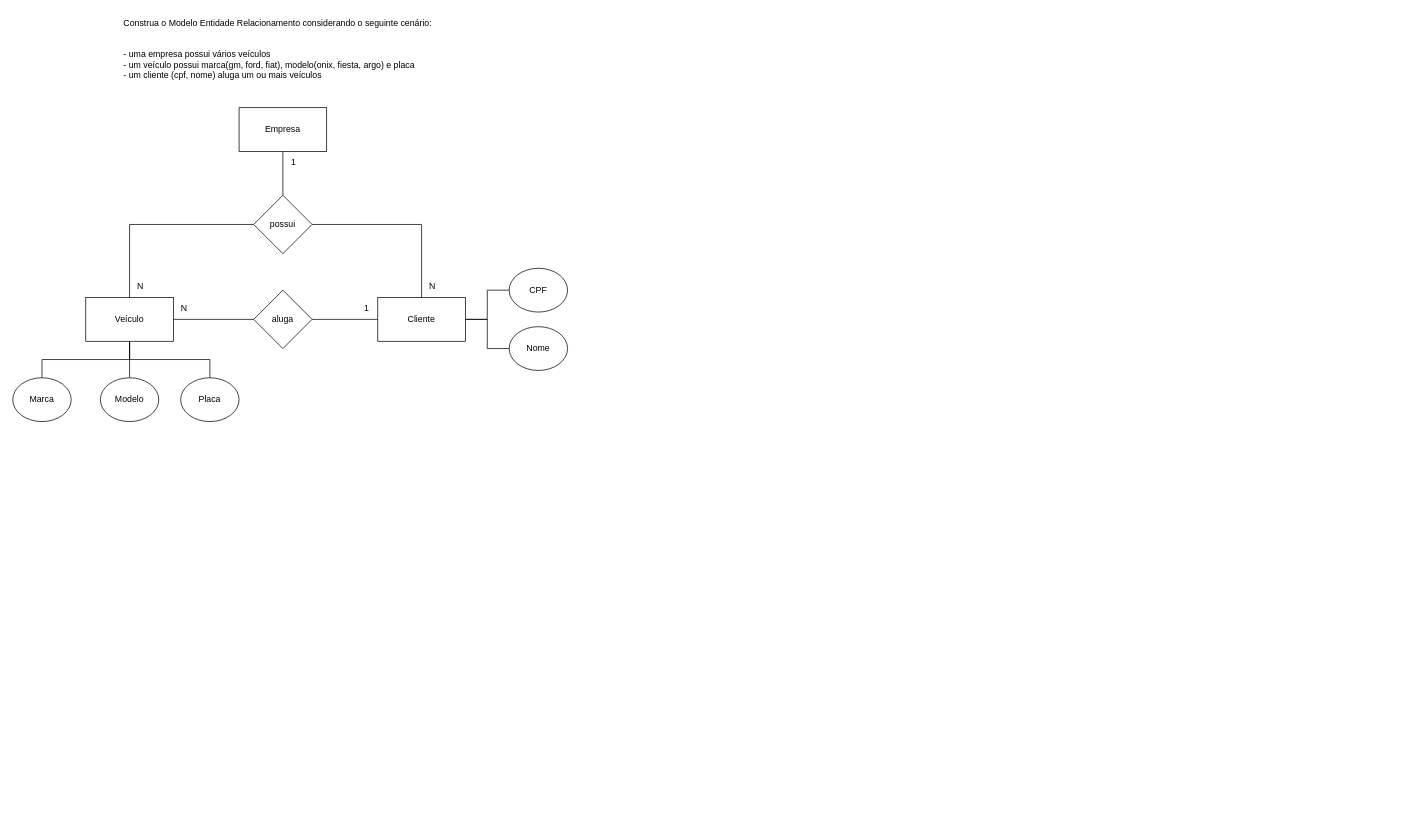
Above: 2_Semestre/SPRINT_1/EX_Drawio/1.2.drawio in prgfe/Desenvolvimento_Sistemas (draw.io), before the change. Source tidied: cells renumbered, new cells numbered last; positions are measured from the earlier drawing's top-left corner, leaving out a move shared by most shapes. Both pictures are drawn from the tidied source at 73%, with x=0, y=0 at pixel (12, 12).
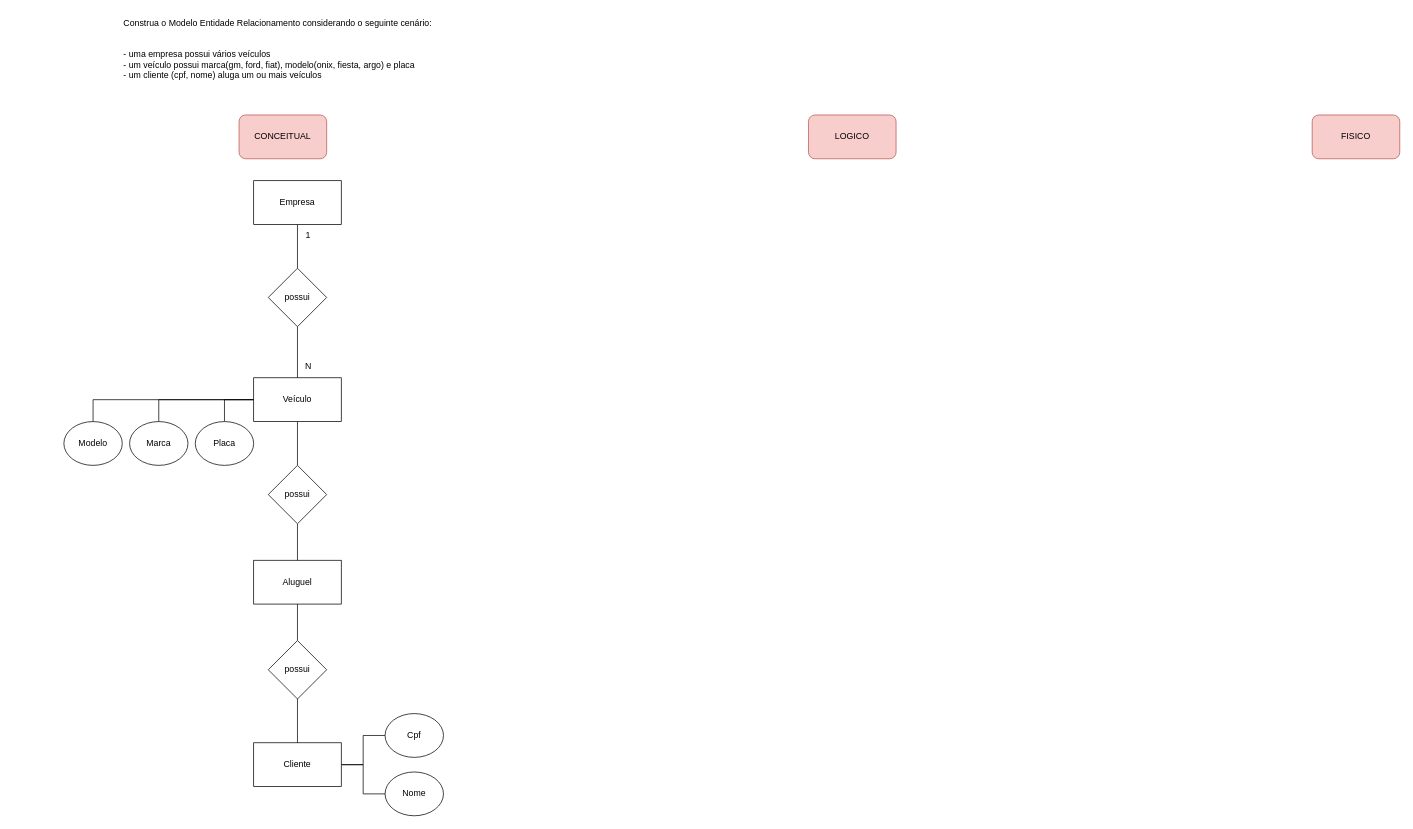
After the change.

Change to the diagram source:
```diff
@@
     <mxCell id="4" value="Empresa" style="rounded=0;whiteSpace=wrap;html=1;" parent="1" vertex="1">
-      <mxGeometry x="310" y="130" width="120" height="60" as="geometry" />
+      <mxGeometry x="330" y="230" width="120" height="60" as="geometry" />
     </mxCell>
-    <mxCell id="5" style="edgeStyle=orthogonalEdgeStyle;rounded=0;jettySize=auto;html=1;entryX=0.5;entryY=0;entryDx=0;entryDy=0;endArrow=none;endFill=0;" parent="1" edge="1" source="9" target="21">
-      <mxGeometry relative="1" as="geometry" />
-    </mxCell>
-    <mxCell id="6" style="edgeStyle=orthogonalEdgeStyle;rounded=0;jettySize=auto;html=1;entryX=0.5;entryY=0;entryDx=0;entryDy=0;exitX=0.5;exitY=1;exitDx=0;exitDy=0;endArrow=none;endFill=0;" parent="1" edge="1" source="9" target="20">
+    <mxCell id="6" style="edgeStyle=orthogonalEdgeStyle;rounded=0;jettySize=auto;html=1;entryX=0.5;entryY=0;entryDx=0;entryDy=0;exitX=0;exitY=0.5;exitDx=0;exitDy=0;endArrow=none;endFill=0;" parent="1" edge="1" source="9" target="20">
       <mxGeometry relative="1" as="geometry" />
     </mxCell>
-    <mxCell id="7" style="edgeStyle=orthogonalEdgeStyle;rounded=0;jettySize=auto;html=1;entryX=0.5;entryY=0;entryDx=0;entryDy=0;exitX=0.5;exitY=1;exitDx=0;exitDy=0;endArrow=none;endFill=0;" parent="1" edge="1" source="9" target="22">
+    <mxCell id="7" style="edgeStyle=orthogonalEdgeStyle;rounded=0;jettySize=auto;html=1;entryX=0.5;entryY=0;entryDx=0;entryDy=0;exitX=0;exitY=0.5;exitDx=0;exitDy=0;endArrow=none;endFill=0;" parent="1" edge="1" source="9" target="22">
       <mxGeometry relative="1" as="geometry" />
     </mxCell>
-    <mxCell id="8" style="edgeStyle=orthogonalEdgeStyle;rounded=0;jettySize=auto;html=1;entryX=0;entryY=0.5;entryDx=0;entryDy=0;endArrow=none;endFill=0;" parent="1" edge="1" source="9" target="14">
-      <mxGeometry relative="1" as="geometry" />
-    </mxCell>
+    <mxCell id="28" style="edgeStyle=orthogonalEdgeStyle;rounded=0;jettySize=auto;html=1;endArrow=none;endFill=0;" parent="1" edge="1" source="9" target="36">
+      <mxGeometry relative="1" as="geometry" />
+    </mxCell>
     <mxCell id="9" value="Veículo" style="rounded=0;whiteSpace=wrap;html=1;" parent="1" vertex="1">
-      <mxGeometry x="100" y="390" width="120" height="60" as="geometry" />
+      <mxGeometry x="330" y="500" width="120" height="60" as="geometry" />
     </mxCell>
-    <mxCell id="10" style="edgeStyle=orthogonalEdgeStyle;rounded=0;jettySize=auto;html=1;entryX=0.5;entryY=0;entryDx=0;entryDy=0;endArrow=none;endFill=0;" parent="1" edge="1" source="12" target="17">
-      <mxGeometry relative="1" as="geometry" />
-    </mxCell>
-    <mxCell id="11" style="edgeStyle=orthogonalEdgeStyle;rounded=0;jettySize=auto;html=1;entryX=0.5;entryY=0;entryDx=0;entryDy=0;endArrow=none;endFill=0;" parent="1" edge="1" source="12" target="9">
+    <mxCell id="11" style="edgeStyle=orthogonalEdgeStyle;rounded=0;jettySize=auto;html=1;entryX=0.5;entryY=0;entryDx=0;entryDy=0;endArrow=none;endFill=0;exitX=0.5;exitY=1;exitDx=0;exitDy=0;" parent="1" edge="1" source="12" target="9">
       <mxGeometry relative="1" as="geometry" />
     </mxCell>
     <mxCell id="12" value="possui" style="rhombus;whiteSpace=wrap;html=1;" parent="1" vertex="1">
-      <mxGeometry x="330" y="250" width="80" height="80" as="geometry" />
+      <mxGeometry x="350" y="350" width="80" height="80" as="geometry" />
     </mxCell>
-    <mxCell id="13" style="edgeStyle=orthogonalEdgeStyle;rounded=0;jettySize=auto;html=1;endArrow=none;endFill=0;" parent="1" edge="1" source="14" target="17">
-      <mxGeometry relative="1" as="geometry" />
-    </mxCell>
-    <mxCell id="14" value="aluga" style="rhombus;whiteSpace=wrap;html=1;" parent="1" vertex="1">
-      <mxGeometry x="330" y="380" width="80" height="80" as="geometry" />
-    </mxCell>
@@
     <mxCell id="17" value="Cliente" style="rounded=0;whiteSpace=wrap;html=1;" parent="1" vertex="1">
-      <mxGeometry x="500" y="390" width="120" height="60" as="geometry" />
+      <mxGeometry x="330" y="1000" width="120" height="60" as="geometry" />
     </mxCell>
-    <mxCell id="18" value="CPF" style="ellipse;whiteSpace=wrap;html=1;" parent="1" vertex="1">
-      <mxGeometry x="680" y="350" width="80" height="60" as="geometry" />
+    <mxCell id="18" value="Cpf" style="ellipse;whiteSpace=wrap;html=1;" parent="1" vertex="1">
+      <mxGeometry x="510" y="960" width="80" height="60" as="geometry" />
     </mxCell>
     <mxCell id="19" value="Nome" style="ellipse;whiteSpace=wrap;html=1;" parent="1" vertex="1">
-      <mxGeometry x="680" y="430" width="80" height="60" as="geometry" />
+      <mxGeometry x="510" y="1040" width="80" height="60" as="geometry" />
     </mxCell>
     <mxCell id="20" value="Marca" style="ellipse;whiteSpace=wrap;html=1;" parent="1" vertex="1">
-      <mxGeometry y="500" width="80" height="60" as="geometry" />
+      <mxGeometry x="160" y="560" width="80" height="60" as="geometry" />
     </mxCell>
+    <mxCell id="29" style="edgeStyle=orthogonalEdgeStyle;rounded=0;jettySize=auto;html=1;entryX=0;entryY=0.5;entryDx=0;entryDy=0;endArrow=none;endFill=0;" parent="1" edge="1" source="21" target="9">
+      <mxGeometry relative="1" as="geometry">
+        <Array as="points">
+          <mxPoint x="110" y="530" />
+        </Array>
+      </mxGeometry>
+    </mxCell>
     <mxCell id="21" value="Modelo" style="ellipse;whiteSpace=wrap;html=1;" parent="1" vertex="1">
-      <mxGeometry x="120" y="500" width="80" height="60" as="geometry" />
+      <mxGeometry x="70" y="560" width="80" height="60" as="geometry" />
     </mxCell>
     <mxCell id="22" value="Placa" style="ellipse;whiteSpace=wrap;html=1;" parent="1" vertex="1">
-      <mxGeometry x="230" y="500" width="80" height="60" as="geometry" />
+      <mxGeometry x="250" y="560" width="80" height="60" as="geometry" />
     </mxCell>
     <mxCell id="23" value="1" style="text;html=1;strokeColor=none;fillColor=none;align=center;verticalAlign=middle;whiteSpace=wrap;rounded=0;" parent="1" vertex="1">
-      <mxGeometry x="370" y="190" width="30" height="30" as="geometry" />
+      <mxGeometry x="390" y="290" width="30" height="30" as="geometry" />
     </mxCell>
-    <mxCell id="24" value="N" style="text;html=1;strokeColor=none;fillColor=none;align=center;verticalAlign=middle;whiteSpace=wrap;rounded=0;" parent="1" vertex="1">
-      <mxGeometry x="560" y="360" width="30" height="30" as="geometry" />
-    </mxCell>
     <mxCell id="25" value="N" style="text;html=1;strokeColor=none;fillColor=none;align=center;verticalAlign=middle;whiteSpace=wrap;rounded=0;" parent="1" vertex="1">
-      <mxGeometry x="160" y="360" width="30" height="30" as="geometry" />
+      <mxGeometry x="390" y="470" width="30" height="30" as="geometry" />
     </mxCell>
-    <mxCell id="26" value="1" style="text;html=1;strokeColor=none;fillColor=none;align=center;verticalAlign=middle;whiteSpace=wrap;rounded=0;" parent="1" vertex="1">
-      <mxGeometry x="470" y="390" width="30" height="30" as="geometry" />
-    </mxCell>
-    <mxCell id="27" value="N" style="text;html=1;strokeColor=none;fillColor=none;align=center;verticalAlign=middle;whiteSpace=wrap;rounded=0;" parent="1" vertex="1">
-      <mxGeometry x="220" y="390" width="30" height="30" as="geometry" />
-    </mxCell>
+    <mxCell id="30" value="CONCEITUAL" style="rounded=1;whiteSpace=wrap;html=1;fillColor=#f8cecc;strokeColor=#b85450;" parent="1" vertex="1">
+      <mxGeometry x="310" y="140" width="120" height="60" as="geometry" />
+    </mxCell>
+    <mxCell id="31" value="FISICO" style="rounded=1;whiteSpace=wrap;html=1;fillColor=#f8cecc;strokeColor=#b85450;" parent="1" vertex="1">
+      <mxGeometry x="1780" y="140" width="120" height="60" as="geometry" />
+    </mxCell>
+    <mxCell id="32" value="LOGICO" style="rounded=1;whiteSpace=wrap;html=1;fillColor=#f8cecc;strokeColor=#b85450;" parent="1" vertex="1">
+      <mxGeometry x="1090" y="140" width="120" height="60" as="geometry" />
+    </mxCell>
+    <mxCell id="33" style="edgeStyle=orthogonalEdgeStyle;rounded=0;jettySize=auto;html=1;endArrow=none;endFill=0;" parent="1" edge="1" source="34" target="38">
+      <mxGeometry relative="1" as="geometry" />
+    </mxCell>
+    <mxCell id="34" value="Aluguel" style="rounded=0;whiteSpace=wrap;html=1;" parent="1" vertex="1">
+      <mxGeometry x="330" y="750" width="120" height="60" as="geometry" />
+    </mxCell>
+    <mxCell id="35" style="edgeStyle=orthogonalEdgeStyle;rounded=0;jettySize=auto;html=1;endArrow=none;endFill=0;" parent="1" edge="1" source="36" target="34">
+      <mxGeometry relative="1" as="geometry" />
+    </mxCell>
+    <mxCell id="36" value="possui" style="rhombus;whiteSpace=wrap;html=1;" parent="1" vertex="1">
+      <mxGeometry x="350" y="620" width="80" height="80" as="geometry" />
+    </mxCell>
+    <mxCell id="37" style="edgeStyle=orthogonalEdgeStyle;rounded=0;jettySize=auto;html=1;endArrow=none;endFill=0;" parent="1" edge="1" source="38" target="17">
+      <mxGeometry relative="1" as="geometry" />
+    </mxCell>
+    <mxCell id="38" value="possui" style="rhombus;whiteSpace=wrap;html=1;" parent="1" vertex="1">
+      <mxGeometry x="350" y="860" width="80" height="80" as="geometry" />
+    </mxCell>
```
